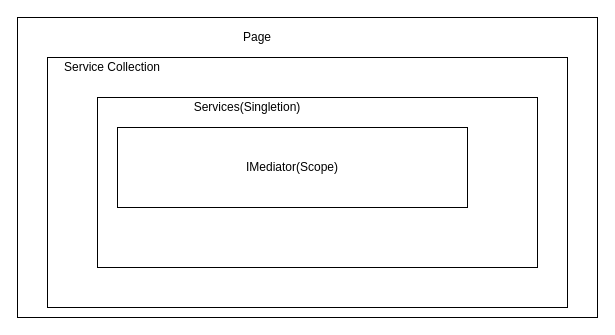
The draw.io diagram Untitled Diagram.drawio in lysiasyahira/DxcAssignment, before the edit. Source tidied: cells renumbered, new cells numbered last; positions are measured from the earlier drawing's top-left corner, leaving out a move shared by most shapes. Both pictures are drawn from the tidied source at 100%, with x=0, y=0 at pixel (17, 17).
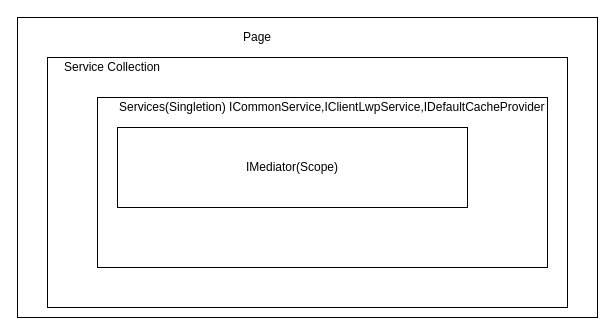
After the change.

Change to the diagram source:
```diff
@@
 <mxGraphModel>
   <root>
     <mxCell id="0" />
     <mxCell id="1" parent="0" />
     <mxCell id="2" style="rounded=0;whiteSpace=wrap;html=1;" parent="1" vertex="1">
       <mxGeometry width="580" height="300" as="geometry" />
     </mxCell>
     <mxCell id="3" style="rounded=0;whiteSpace=wrap;html=1;" parent="1" vertex="1">
       <mxGeometry x="30" y="40" width="520" height="250" as="geometry" />
     </mxCell>
     <mxCell id="4" style="rounded=0;whiteSpace=wrap;html=1;" parent="1" vertex="1">
-      <mxGeometry x="80" y="80" width="440" height="170" as="geometry" />
+      <mxGeometry x="80" y="80" width="450" height="170" as="geometry" />
     </mxCell>
     <mxCell id="5" value="Page" style="text;html=1;strokeColor=none;fillColor=none;align=center;verticalAlign=middle;whiteSpace=wrap;rounded=0;" parent="1" vertex="1">
       <mxGeometry x="220" y="10" width="40" height="20" as="geometry" />
     </mxCell>
     <mxCell id="6" value="IMediator(Scope)" style="rounded=0;whiteSpace=wrap;html=1;" parent="1" vertex="1">
       <mxGeometry x="100" y="110" width="350" height="80" as="geometry" />
     </mxCell>
     <mxCell id="7" value="Service Collection" style="text;html=1;strokeColor=none;fillColor=none;align=center;verticalAlign=middle;whiteSpace=wrap;rounded=0;" parent="1" vertex="1">
       <mxGeometry x="40" y="40" width="110" height="20" as="geometry" />
     </mxCell>
-    <mxCell id="8" value="Services(Singletion)" style="text;html=1;strokeColor=none;fillColor=none;align=center;verticalAlign=middle;whiteSpace=wrap;rounded=0;" parent="1" vertex="1">
-      <mxGeometry x="140" y="80" width="180" height="20" as="geometry" />
+    <mxCell id="8" value="Services(Singletion)&amp;nbsp;ICommonService,IClientLwpService,IDefaultCacheProvider" style="text;html=1;strokeColor=none;fillColor=none;align=left;verticalAlign=middle;whiteSpace=wrap;rounded=0;" parent="1" vertex="1">
+      <mxGeometry x="100" y="80" width="380" height="20" as="geometry" />
     </mxCell>
   </root>
 </mxGraphModel>
```
